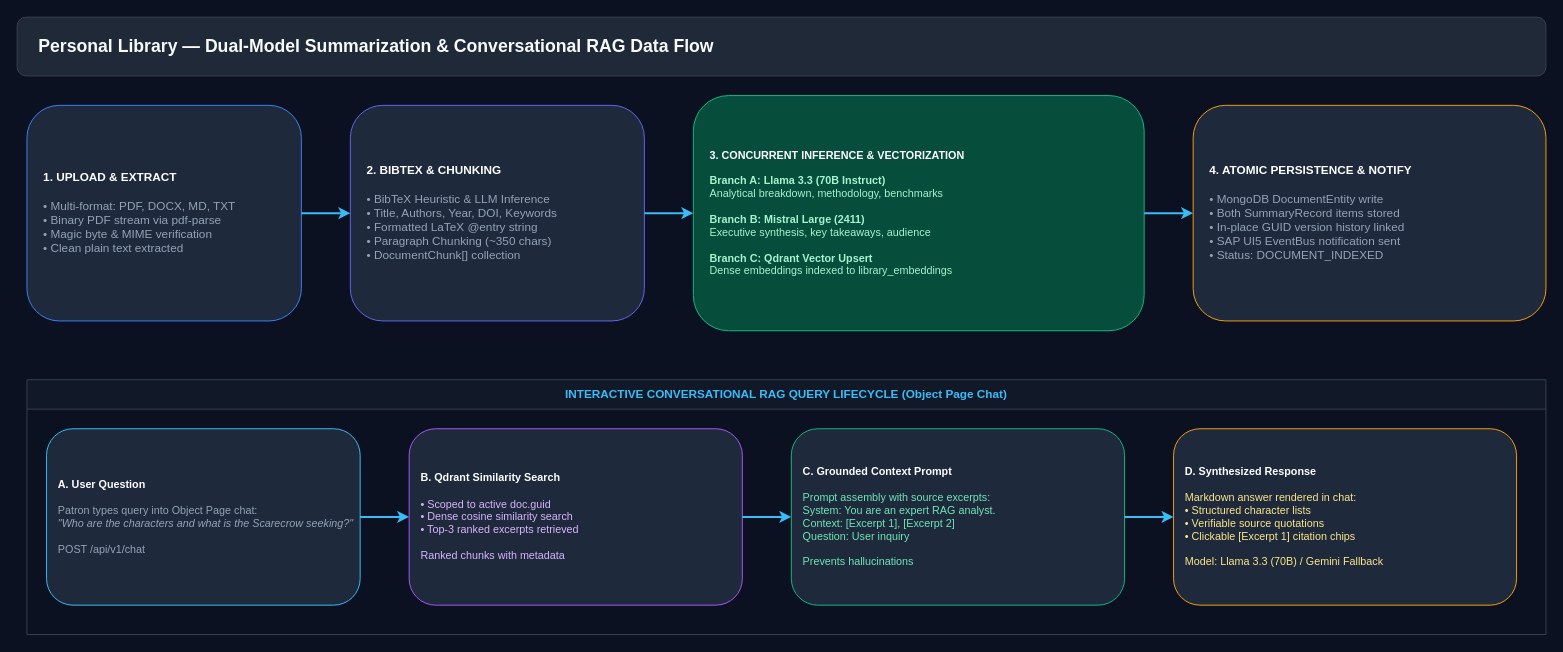
epascalau/personal-library keeps this draw.io diagram as docs/diagrams/rag_data_flow.drawio. Above is the earlier version. Source tidied: cells renumbered, new cells numbered last; positions are measured from the earlier drawing's top-left corner, leaving out a move shared by most shapes. Both pictures are drawn from the tidied source at 98%, with x=0, y=0 at pixel (17, 17).
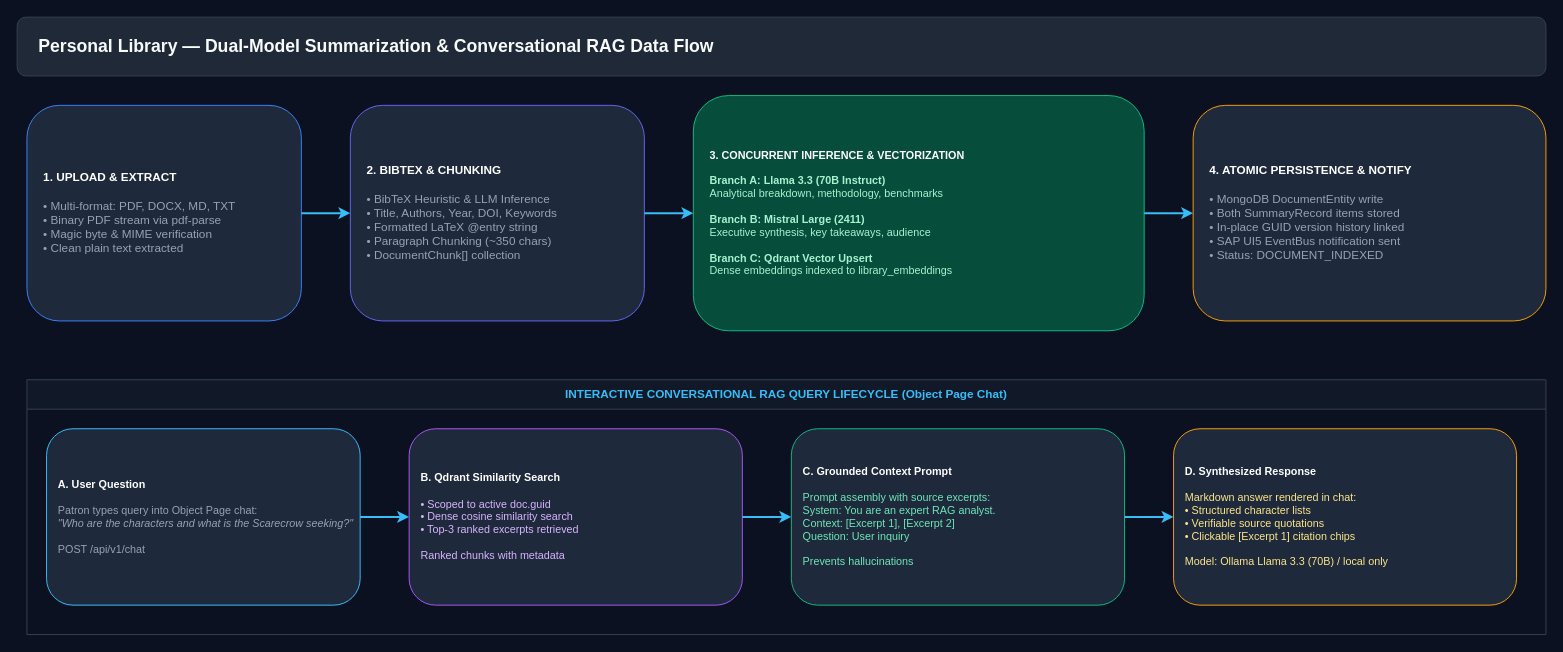
Above is the later version.

The edit, as a diff of the source:
```diff
@@
 <mxGraphModel background="#0B1120">
   <root>
     <mxCell id="0" />
     <mxCell id="1" parent="0" />
     <mxCell id="2" value="Personal Library — Dual-Model Summarization &amp;amp; Conversational RAG Data Flow" style="rounded=1;whiteSpace=wrap;html=1;fillColor=#1F2937;strokeColor=#374151;fontColor=#F9FAFB;fontSize=18;fontStyle=1;align=left;spacingLeft=20;" parent="1" vertex="1">
       <mxGeometry width="1560" height="60" as="geometry" />
     </mxCell>
     <mxCell id="3" value="&lt;b&gt;1. UPLOAD &amp;amp; EXTRACT&lt;/b&gt;&lt;br&gt;&lt;br&gt;&lt;font color=&quot;#94a3b8&quot;&gt;• Multi-format: PDF, DOCX, MD, TXT&lt;br&gt;• Binary PDF stream via pdf-parse&lt;br&gt;• Magic byte &amp;amp; MIME verification&lt;br&gt;• Clean plain text extracted&lt;/font&gt;" style="rounded=1;whiteSpace=wrap;html=1;fillColor=#1E293B;strokeColor=#3B82F6;fontColor=#FFFFFF;fontSize=12;align=left;spacingLeft=15;" parent="1" vertex="1">
       <mxGeometry x="10" y="90" width="280" height="220" as="geometry" />
     </mxCell>
     <mxCell id="4" value="&lt;b&gt;2. BIBTEX &amp;amp; CHUNKING&lt;/b&gt;&lt;br&gt;&lt;br&gt;&lt;font color=&quot;#94a3b8&quot;&gt;• BibTeX Heuristic &amp;amp; LLM Inference&lt;br&gt;• Title, Authors, Year, DOI, Keywords&lt;br&gt;• Formatted LaTeX @entry string&lt;br&gt;• Paragraph Chunking (~350 chars)&lt;br&gt;• DocumentChunk[] collection&lt;/font&gt;" style="rounded=1;whiteSpace=wrap;html=1;fillColor=#1E293B;strokeColor=#6366F1;fontColor=#FFFFFF;fontSize=12;align=left;spacingLeft=15;" parent="1" vertex="1">
       <mxGeometry x="340" y="90" width="300" height="220" as="geometry" />
     </mxCell>
     <mxCell id="5" value="&lt;b&gt;3. CONCURRENT INFERENCE &amp;amp; VECTORIZATION&lt;/b&gt;&lt;br&gt;&lt;br&gt;&lt;font color=&quot;#A7F3D0&quot;&gt;&lt;b&gt;Branch A: Llama 3.3 (70B Instruct)&lt;/b&gt;&lt;br&gt;Analytical breakdown, methodology, benchmarks&lt;br&gt;&lt;br&gt;&lt;b&gt;Branch B: Mistral Large (2411)&lt;/b&gt;&lt;br&gt;Executive synthesis, key takeaways, audience&lt;br&gt;&lt;br&gt;&lt;b&gt;Branch C: Qdrant Vector Upsert&lt;/b&gt;&lt;br&gt;Dense embeddings indexed to library_embeddings&lt;/font&gt;" style="rounded=1;whiteSpace=wrap;html=1;fillColor=#064E3B;strokeColor=#10B981;fontColor=#FFFFFF;fontSize=11;align=left;spacingLeft=15;" parent="1" vertex="1">
       <mxGeometry x="690" y="80" width="460" height="240" as="geometry" />
     </mxCell>
     <mxCell id="6" value="&lt;b&gt;4. ATOMIC PERSISTENCE &amp;amp; NOTIFY&lt;/b&gt;&lt;br&gt;&lt;br&gt;&lt;font color=&quot;#94a3b8&quot;&gt;• MongoDB DocumentEntity write&lt;br&gt;• Both SummaryRecord items stored&lt;br&gt;• In-place GUID version history linked&lt;br&gt;• SAP UI5 EventBus notification sent&lt;br&gt;• Status: DOCUMENT_INDEXED&lt;/font&gt;" style="rounded=1;whiteSpace=wrap;html=1;fillColor=#1E293B;strokeColor=#F59E0B;fontColor=#FFFFFF;fontSize=12;align=left;spacingLeft=15;" parent="1" vertex="1">
       <mxGeometry x="1200" y="90" width="360" height="220" as="geometry" />
     </mxCell>
     <mxCell id="7" style="edgeStyle=orthogonalEdgeStyle;rounded=0;jettySize=auto;html=1;strokeColor=#38BDF8;strokeWidth=2;" parent="1" edge="1" source="3" target="4">
       <mxGeometry relative="1" as="geometry" />
     </mxCell>
     <mxCell id="8" style="edgeStyle=orthogonalEdgeStyle;rounded=0;jettySize=auto;html=1;strokeColor=#38BDF8;strokeWidth=2;" parent="1" edge="1" source="4" target="5">
       <mxGeometry relative="1" as="geometry" />
     </mxCell>
     <mxCell id="9" style="edgeStyle=orthogonalEdgeStyle;rounded=0;jettySize=auto;html=1;strokeColor=#38BDF8;strokeWidth=2;" parent="1" edge="1" source="5" target="6">
       <mxGeometry relative="1" as="geometry" />
     </mxCell>
     <mxCell id="10" value="INTERACTIVE CONVERSATIONAL RAG QUERY LIFECYCLE (Object Page Chat)" style="swimlane;whiteSpace=wrap;html=1;fillColor=#111827;strokeColor=#374151;fontColor=#38BDF8;fontSize=12;fontStyle=1;startSize=30;" parent="1" vertex="1">
       <mxGeometry x="10" y="370" width="1550" height="260" as="geometry" />
     </mxCell>
     <mxCell id="11" value="&lt;b&gt;A. User Question&lt;/b&gt;&lt;br&gt;&lt;br&gt;&lt;font color=&quot;#94a3b8&quot;&gt;Patron types query into Object Page chat:&lt;br&gt;&lt;i&gt;&quot;Who are the characters and what is the Scarecrow seeking?&quot;&lt;/i&gt;&lt;br&gt;&lt;br&gt;POST /api/v1/chat&lt;/font&gt;" style="rounded=1;whiteSpace=wrap;html=1;fillColor=#1E293B;strokeColor=#38BDF8;fontColor=#FFFFFF;fontSize=11;align=left;spacingLeft=10;" parent="10" vertex="1">
       <mxGeometry x="20" y="50" width="320" height="180" as="geometry" />
     </mxCell>
     <mxCell id="12" value="&lt;b&gt;B. Qdrant Similarity Search&lt;/b&gt;&lt;br&gt;&lt;br&gt;&lt;font color=&quot;#D8B4FE&quot;&gt;• Scoped to active doc.guid&lt;br&gt;• Dense cosine similarity search&lt;br&gt;• Top-3 ranked excerpts retrieved&lt;br&gt;&lt;br&gt;Ranked chunks with metadata&lt;/font&gt;" style="rounded=1;whiteSpace=wrap;html=1;fillColor=#1E293B;strokeColor=#A855F7;fontColor=#FFFFFF;fontSize=11;align=left;spacingLeft=10;" parent="10" vertex="1">
       <mxGeometry x="390" y="50" width="340" height="180" as="geometry" />
     </mxCell>
     <mxCell id="13" value="&lt;b&gt;C. Grounded Context Prompt&lt;/b&gt;&lt;br&gt;&lt;br&gt;&lt;font color=&quot;#6EE7B7&quot;&gt;Prompt assembly with source excerpts:&lt;br&gt;System: You are an expert RAG analyst.&lt;br&gt;Context: [Excerpt 1], [Excerpt 2]&lt;br&gt;Question: User inquiry&lt;br&gt;&lt;br&gt;Prevents hallucinations&lt;/font&gt;" style="rounded=1;whiteSpace=wrap;html=1;fillColor=#1E293B;strokeColor=#10B981;fontColor=#FFFFFF;fontSize=11;align=left;spacingLeft=10;" parent="10" vertex="1">
       <mxGeometry x="780" y="50" width="340" height="180" as="geometry" />
     </mxCell>
-    <mxCell id="14" value="&lt;b&gt;D. Synthesized Response&lt;/b&gt;&lt;br&gt;&lt;br&gt;&lt;font color=&quot;#FDE68A&quot;&gt;Markdown answer rendered in chat:&lt;br&gt;• Structured character lists&lt;br&gt;• Verifiable source quotations&lt;br&gt;• Clickable [Excerpt 1] citation chips&lt;br&gt;&lt;br&gt;Model: Llama 3.3 (70B) / Gemini Fallback&lt;/font&gt;" style="rounded=1;whiteSpace=wrap;html=1;fillColor=#1E293B;strokeColor=#F59E0B;fontColor=#FFFFFF;fontSize=11;align=left;spacingLeft=10;" parent="10" vertex="1">
+    <mxCell id="14" value="&lt;b&gt;D. Synthesized Response&lt;/b&gt;&lt;br&gt;&lt;br&gt;&lt;font color=&quot;#FDE68A&quot;&gt;Markdown answer rendered in chat:&lt;br&gt;• Structured character lists&lt;br&gt;• Verifiable source quotations&lt;br&gt;• Clickable [Excerpt 1] citation chips&lt;br&gt;&lt;br&gt;Model: Ollama Llama 3.3 (70B) / local only&lt;/font&gt;" style="rounded=1;whiteSpace=wrap;html=1;fillColor=#1E293B;strokeColor=#F59E0B;fontColor=#FFFFFF;fontSize=11;align=left;spacingLeft=10;" parent="10" vertex="1">
       <mxGeometry x="1170" y="50" width="350" height="180" as="geometry" />
     </mxCell>
     <mxCell id="15" style="edgeStyle=orthogonalEdgeStyle;rounded=0;jettySize=auto;html=1;strokeColor=#38BDF8;strokeWidth=2;" parent="10" edge="1" source="11" target="12">
       <mxGeometry relative="1" as="geometry" />
     </mxCell>
     <mxCell id="16" style="edgeStyle=orthogonalEdgeStyle;rounded=0;jettySize=auto;html=1;strokeColor=#38BDF8;strokeWidth=2;" parent="10" edge="1" source="12" target="13">
       <mxGeometry relative="1" as="geometry" />
     </mxCell>
     <mxCell id="17" style="edgeStyle=orthogonalEdgeStyle;rounded=0;jettySize=auto;html=1;strokeColor=#38BDF8;strokeWidth=2;" parent="10" edge="1" source="13" target="14">
       <mxGeometry relative="1" as="geometry" />
     </mxCell>
   </root>
 </mxGraphModel>
```
